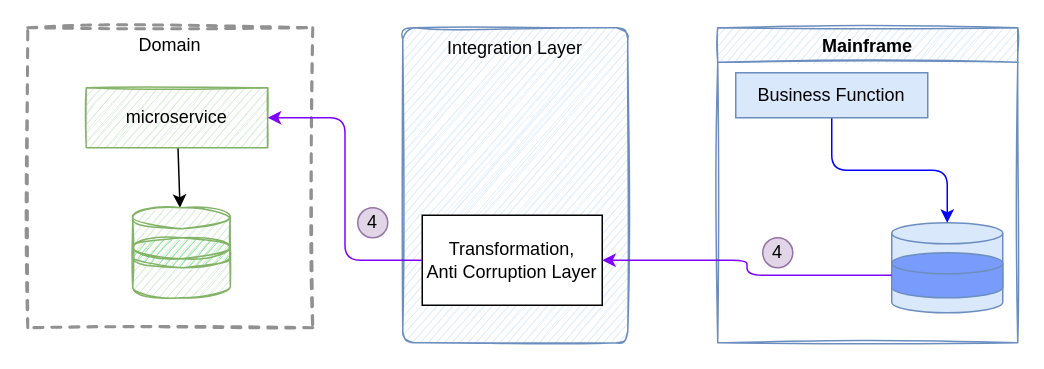
This is docs-mk/patterns/diagrams/micro-legacy.drawio from ibm-cloud-architecture/refarch-eda, a draw.io file, before an edit. Source tidied: cells renumbered, new cells numbered last; positions are measured from the earlier drawing's top-left corner, leaving out a move shared by most shapes. Both pictures are drawn from the tidied source at 150%, with x=0, y=0 at pixel (27, 27).
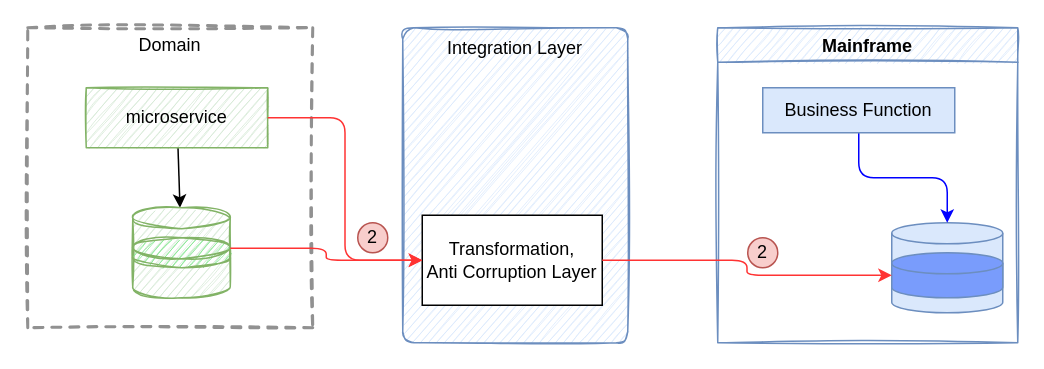
Above is the later version.

Diff of the diagram source:
```diff
@@
 <mxGraphModel>
   <root>
     <mxCell id="0" />
     <mxCell id="1" parent="0" />
     <mxCell id="2" value="Domain" style="fontStyle=0;verticalAlign=top;align=center;spacingTop=-2;fillColor=none;rounded=0;whiteSpace=wrap;html=1;strokeColor=#919191;strokeWidth=2;dashed=1;sketch=1;" parent="1" vertex="1">
       <mxGeometry width="190" height="200" as="geometry" />
     </mxCell>
     <mxCell id="3" style="edgeStyle=none;html=1;" parent="2" edge="1" source="4" target="5">
       <mxGeometry relative="1" as="geometry" />
     </mxCell>
     <mxCell id="4" value="microservice" style="rounded=0;whiteSpace=wrap;html=1;sketch=1;fillColor=#d5e8d4;strokeColor=#82b366;" parent="2" vertex="1">
       <mxGeometry x="39" y="40" width="121" height="40" as="geometry" />
     </mxCell>
     <mxCell id="5" style="shape=cylinder3;whiteSpace=wrap;html=1;boundedLbl=1;backgroundOutline=1;size=7.0025787353515625;sketch=1;fillColor=#d5e8d4;strokeColor=#82b366;" parent="2" vertex="1">
       <mxGeometry x="70" y="120" width="65" height="60" as="geometry" />
     </mxCell>
     <mxCell id="6" value="Integration Layer" style="rounded=1;whiteSpace=wrap;html=1;sketch=1;verticalAlign=top;fillColor=#dae8fc;strokeColor=#6c8ebf;arcSize=5;" parent="1" vertex="1">
       <mxGeometry x="250" width="150" height="210" as="geometry" />
     </mxCell>
     <mxCell id="7" value="Mainframe" style="swimlane;sketch=1;fillColor=#dae8fc;strokeColor=#6c8ebf;" parent="1" vertex="1">
       <mxGeometry x="460" width="200" height="210" as="geometry" />
     </mxCell>
     <mxCell id="8" style="shape=cylinder3;whiteSpace=wrap;html=1;boundedLbl=1;backgroundOutline=1;size=7.0025787353515625;sketch=0;fillColor=#dae8fc;strokeColor=#6c8ebf;" parent="7" vertex="1">
       <mxGeometry x="116" y="130" width="74" height="60" as="geometry" />
     </mxCell>
     <mxCell id="9" style="edgeStyle=orthogonalEdgeStyle;sketch=0;html=1;entryX=0.5;entryY=0;entryDx=0;entryDy=0;entryPerimeter=0;strokeColor=#0000FF;" parent="7" edge="1" source="10" target="8">
       <mxGeometry relative="1" as="geometry" />
     </mxCell>
     <mxCell id="10" value="Business Function" style="whiteSpace=wrap;html=1;sketch=0;fillColor=#dae8fc;strokeColor=#6c8ebf;" parent="7" vertex="1">
-      <mxGeometry x="12" y="30" width="128" height="30" as="geometry" />
+      <mxGeometry x="30" y="40" width="128" height="30" as="geometry" />
     </mxCell>
     <mxCell id="11" value="Transformation, &lt;br&gt;Anti Corruption Layer" style="whiteSpace=wrap;html=1;sketch=0;" parent="1" vertex="1">
       <mxGeometry x="263" y="125" width="120" height="60" as="geometry" />
     </mxCell>
     <mxCell id="12" parent="0" />
     <mxCell id="13" style="shape=cylinder3;whiteSpace=wrap;html=1;boundedLbl=1;backgroundOutline=1;size=7.0025787353515625;sketch=1;fillColor=#84E892;strokeColor=#82b366;" parent="12" vertex="1">
       <mxGeometry x="70" y="140" width="65" height="20" as="geometry" />
     </mxCell>
     <mxCell id="14" style="shape=cylinder3;whiteSpace=wrap;html=1;boundedLbl=1;backgroundOutline=1;size=7.0025787353515625;sketch=0;fillColor=#799CFC;strokeColor=#6c8ebf;" parent="12" vertex="1">
       <mxGeometry x="576" y="150" width="74" height="30" as="geometry" />
     </mxCell>
-    <mxCell id="15" parent="0" />
-    <mxCell id="16" style="edgeStyle=orthogonalEdgeStyle;sketch=0;html=1;entryX=1;entryY=0.5;entryDx=0;entryDy=0;startArrow=none;startFill=0;endArrow=classic;endFill=1;strokeColor=#7F00FF;" parent="15" edge="1" source="11" target="4">
-      <mxGeometry relative="1" as="geometry" />
-    </mxCell>
-    <mxCell id="17" style="edgeStyle=orthogonalEdgeStyle;sketch=0;html=1;entryX=1;entryY=0.5;entryDx=0;entryDy=0;startArrow=none;startFill=0;endArrow=classic;endFill=1;strokeColor=#7F00FF;" parent="15" edge="1" source="14" target="11">
-      <mxGeometry relative="1" as="geometry" />
-    </mxCell>
-    <mxCell id="18" value="4" style="ellipse;whiteSpace=wrap;html=1;sketch=0;fillColor=#e1d5e7;strokeColor=#9673a6;" parent="15" vertex="1">
-      <mxGeometry x="220" y="120" width="20" height="20" as="geometry" />
-    </mxCell>
-    <mxCell id="19" value="4" style="ellipse;whiteSpace=wrap;html=1;sketch=0;fillColor=#e1d5e7;strokeColor=#9673a6;" parent="15" vertex="1">
-      <mxGeometry x="490" y="140" width="20" height="20" as="geometry" />
-    </mxCell>
+    <mxCell id="20" parent="0" />
+    <mxCell id="21" style="edgeStyle=orthogonalEdgeStyle;sketch=0;html=1;entryX=0;entryY=0.5;entryDx=0;entryDy=0;startArrow=none;startFill=0;endArrow=classic;endFill=1;strokeColor=#FF3333;" parent="20" edge="1" source="4" target="11">
+      <mxGeometry relative="1" as="geometry" />
+    </mxCell>
+    <mxCell id="22" style="edgeStyle=orthogonalEdgeStyle;sketch=0;html=1;startArrow=none;startFill=0;endArrow=classic;endFill=1;strokeColor=#FF3333;" parent="20" edge="1" source="11" target="14">
+      <mxGeometry relative="1" as="geometry" />
+    </mxCell>
+    <mxCell id="23" value="2" style="ellipse;whiteSpace=wrap;html=1;sketch=0;fillColor=#f8cecc;strokeColor=#b85450;" parent="20" vertex="1">
+      <mxGeometry x="220" y="130" width="20" height="20" as="geometry" />
+    </mxCell>
+    <mxCell id="24" value="2" style="ellipse;whiteSpace=wrap;html=1;sketch=0;fillColor=#f8cecc;strokeColor=#b85450;" parent="20" vertex="1">
+      <mxGeometry x="480" y="140" width="20" height="20" as="geometry" />
+    </mxCell>
+    <mxCell id="25" style="edgeStyle=orthogonalEdgeStyle;sketch=0;html=1;entryX=0;entryY=0.5;entryDx=0;entryDy=0;startArrow=none;startFill=0;endArrow=classic;endFill=1;strokeColor=#FF3333;exitX=1;exitY=0;exitDx=0;exitDy=7.0025787353515625;exitPerimeter=0;" parent="20" edge="1" source="13" target="11">
+      <mxGeometry relative="1" as="geometry" />
+    </mxCell>
   </root>
 </mxGraphModel>
```
